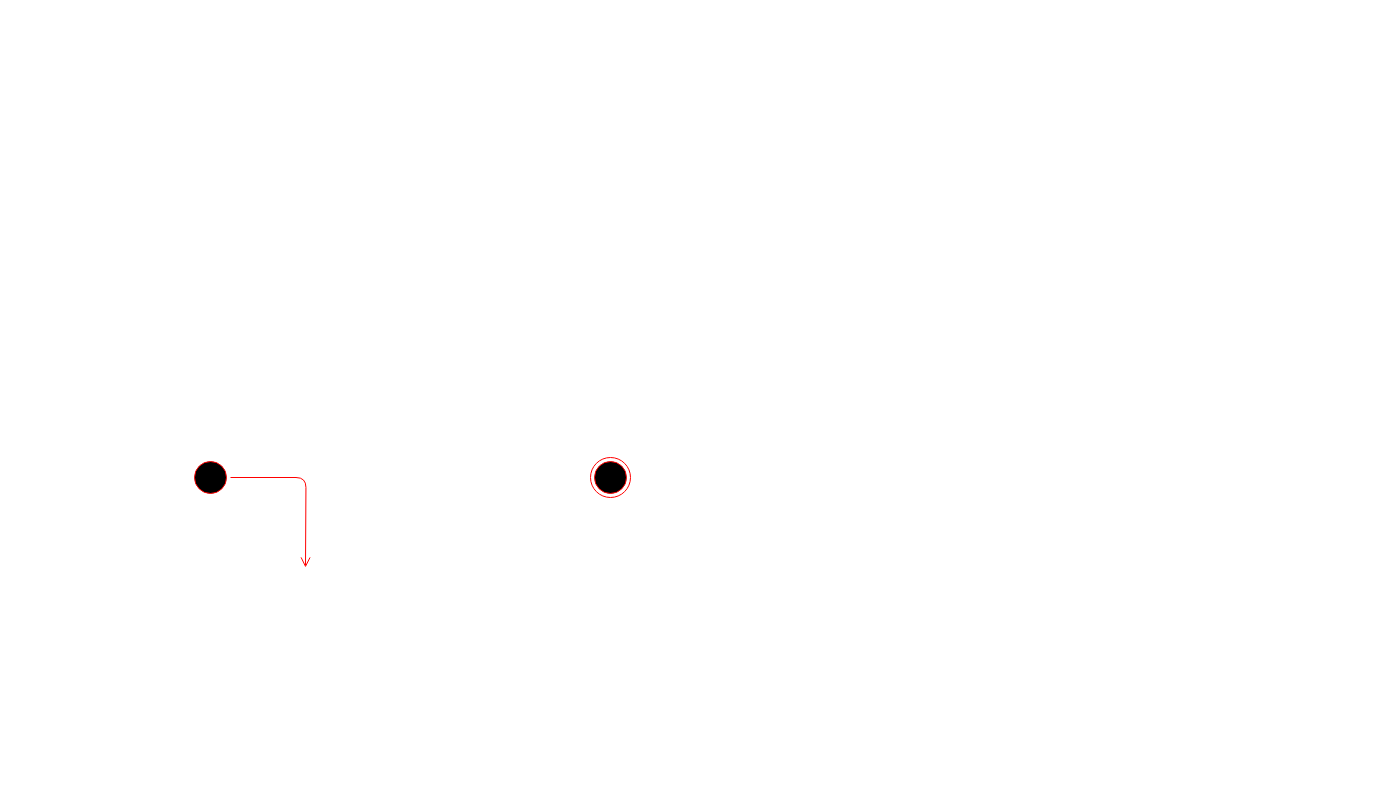
This is automat.drawio from randomunrandom/MSS, a draw.io file, before an edit. Source tidied: cells renumbered, new cells numbered last; positions are measured from the earlier drawing's top-left corner, leaving out a move shared by most shapes. Both pictures are drawn from the tidied source at 100%, with x=0, y=0 at pixel (190, 457).
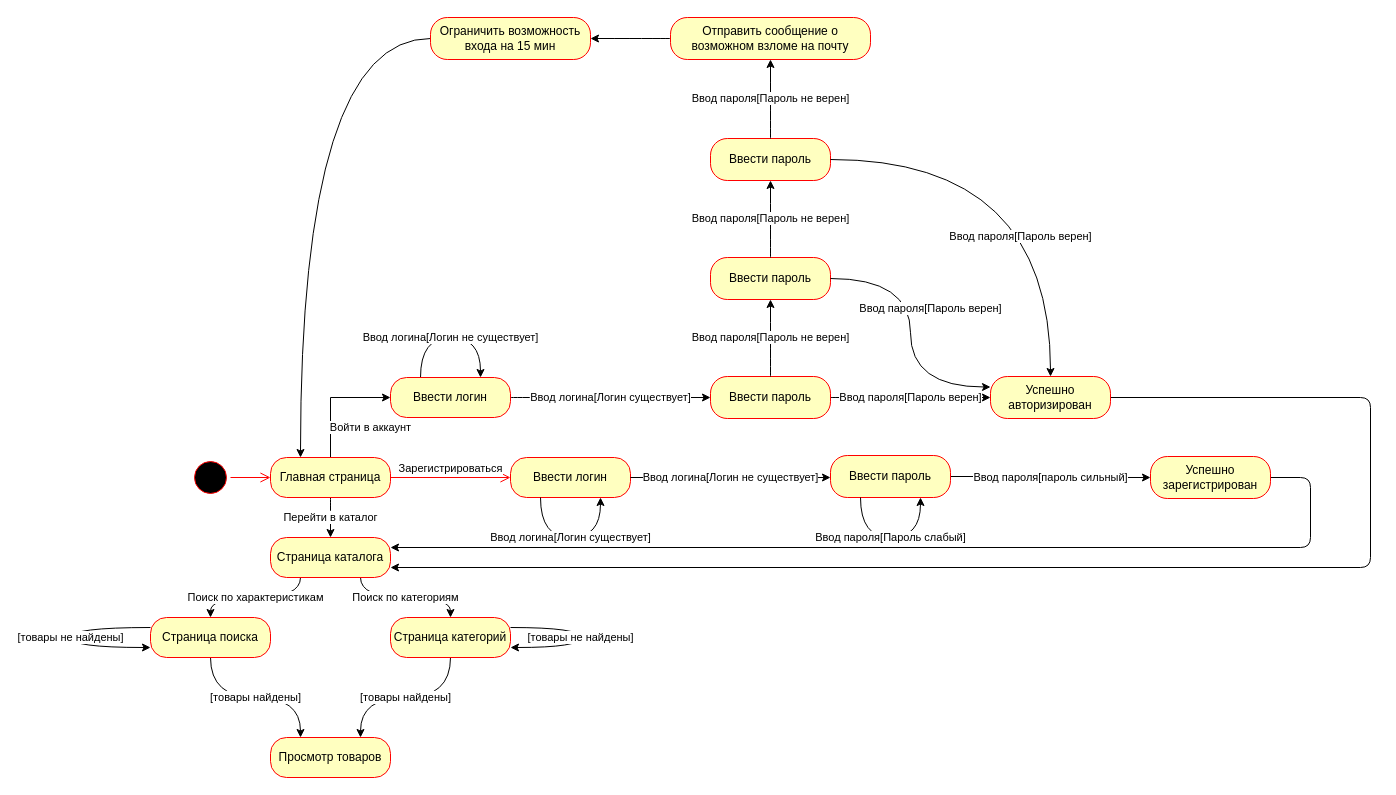
After the change.

Unchanged cells that the change refers to:
```xml
<mxCell id="2" style="ellipse;html=1;shape=startState;fillColor=#000000;strokeColor=#ff0000;" parent="1" vertex="1">
  <mxGeometry width="40" height="40" as="geometry" />
</mxCell>
```

The edit, as a diff of the source:
```diff
@@
-    <mxCell id="3" style="edgeStyle=orthogonalEdgeStyle;html=1;verticalAlign=bottom;endArrow=open;endSize=8;strokeColor=#ff0000;" parent="1" edge="1" source="2">
-      <mxGeometry relative="1" as="geometry">
-        <mxPoint x="115" y="110" as="targetPoint" />
-      </mxGeometry>
+    <mxCell id="3" style="edgeStyle=orthogonalEdgeStyle;html=1;verticalAlign=bottom;endArrow=open;endSize=8;strokeColor=#ff0000;" parent="1" edge="1" source="2" target="7">
+      <mxGeometry relative="1" as="geometry" />
     </mxCell>
-    <mxCell id="4" style="ellipse;html=1;shape=endState;fillColor=#000000;strokeColor=#ff0000;" parent="1" vertex="1">
-      <mxGeometry x="400" width="40" height="40" as="geometry" />
-    </mxCell>
+    <mxCell id="5" value="Войти в аккаунт" style="edgeStyle=orthogonalEdgeStyle;rounded=0;jettySize=auto;html=1;exitX=0.5;exitY=0;exitDx=0;exitDy=0;entryX=0;entryY=0.5;entryDx=0;entryDy=0;" parent="1" edge="1" source="7" target="11">
+      <mxGeometry x="0.67" y="-30" relative="1" as="geometry" />
+    </mxCell>
+    <mxCell id="6" value="Перейти в каталог" style="edgeStyle=orthogonalEdgeStyle;curved=1;jettySize=auto;html=1;exitX=0.5;exitY=1;exitDx=0;exitDy=0;entryX=0.5;entryY=0;entryDx=0;entryDy=0;" parent="1" edge="1" source="7" target="37">
+      <mxGeometry relative="1" as="geometry" />
+    </mxCell>
+    <mxCell id="7" value="&lt;div&gt;Главная страница&lt;/div&gt;" style="rounded=1;whiteSpace=wrap;html=1;arcSize=40;fontColor=#000000;fillColor=#ffffc0;strokeColor=#ff0000;" parent="1" vertex="1">
+      <mxGeometry x="80" width="120" height="40" as="geometry" />
+    </mxCell>
+    <mxCell id="8" value="Зарегистрироваться" style="edgeStyle=orthogonalEdgeStyle;html=1;verticalAlign=bottom;endArrow=open;endSize=8;strokeColor=#ff0000;exitX=1;exitY=0.5;exitDx=0;exitDy=0;" parent="1" edge="1" source="7" target="16">
+      <mxGeometry relative="1" as="geometry" />
+    </mxCell>
+    <mxCell id="9" value="Ввод логина[Логин не существует]" style="edgeStyle=orthogonalEdgeStyle;orthogonalLoop=1;jettySize=auto;html=1;exitX=0.25;exitY=0;exitDx=0;exitDy=0;entryX=0.75;entryY=0;entryDx=0;entryDy=0;curved=1;" parent="1" edge="1" source="11" target="11">
+      <mxGeometry relative="1" as="geometry">
+        <Array as="points">
+          <mxPoint x="230" y="-120" />
+          <mxPoint x="290" y="-120" />
+        </Array>
+      </mxGeometry>
+    </mxCell>
+    <mxCell id="10" value="Ввод логина[Логин существует]" style="edgeStyle=orthogonalEdgeStyle;curved=1;jettySize=auto;html=1;" parent="1" edge="1" source="11" target="13">
+      <mxGeometry relative="1" as="geometry" />
+    </mxCell>
+    <mxCell id="11" value="Ввести логин" style="rounded=1;whiteSpace=wrap;html=1;arcSize=40;fontColor=#000000;fillColor=#ffffc0;strokeColor=#ff0000;" parent="1" vertex="1">
+      <mxGeometry x="200" y="-80" width="120" height="40" as="geometry" />
+    </mxCell>
+    <mxCell id="12" value="Ввод пароля[Пароль верен]" style="edgeStyle=orthogonalEdgeStyle;curved=1;jettySize=auto;html=1;" parent="1" edge="1" source="13" target="15">
+      <mxGeometry relative="1" as="geometry" />
+    </mxCell>
+    <mxCell id="13" value="Ввести пароль" style="rounded=1;whiteSpace=wrap;html=1;arcSize=40;fontColor=#000000;fillColor=#ffffc0;strokeColor=#ff0000;" parent="1" vertex="1">
+      <mxGeometry x="520" y="-81" width="120" height="42" as="geometry" />
+    </mxCell>
+    <mxCell id="14" style="edgeStyle=orthogonalEdgeStyle;jettySize=auto;html=1;exitX=1;exitY=0.5;exitDx=0;exitDy=0;entryX=1;entryY=0.75;entryDx=0;entryDy=0;rounded=1;" parent="1" edge="1" source="15" target="37">
+      <mxGeometry relative="1" as="geometry">
+        <Array as="points">
+          <mxPoint x="1180" y="-60" />
+          <mxPoint x="1180" y="110" />
+        </Array>
+      </mxGeometry>
+    </mxCell>
+    <mxCell id="15" value="Успешно авторизирован" style="rounded=1;whiteSpace=wrap;html=1;arcSize=40;fontColor=#000000;fillColor=#ffffc0;strokeColor=#ff0000;" parent="1" vertex="1">
+      <mxGeometry x="800" y="-81" width="120" height="42" as="geometry" />
+    </mxCell>
+    <mxCell id="16" value="Ввести логин" style="rounded=1;whiteSpace=wrap;html=1;arcSize=40;fontColor=#000000;fillColor=#ffffc0;strokeColor=#ff0000;" parent="1" vertex="1">
+      <mxGeometry x="320" width="120" height="40" as="geometry" />
+    </mxCell>
+    <mxCell id="17" value="Ввод логина[Логин существует]" style="edgeStyle=orthogonalEdgeStyle;curved=1;orthogonalLoop=1;jettySize=auto;html=1;exitX=0.25;exitY=1;exitDx=0;exitDy=0;entryX=0.75;entryY=1;entryDx=0;entryDy=0;" parent="1" edge="1" source="16" target="16">
+      <mxGeometry relative="1" as="geometry">
+        <Array as="points">
+          <mxPoint x="350" y="80" />
+          <mxPoint x="410" y="80" />
+        </Array>
+      </mxGeometry>
+    </mxCell>
+    <mxCell id="18" value="Ввод логина[Логин не существует]" style="edgeStyle=orthogonalEdgeStyle;jettySize=auto;html=1;exitX=1;exitY=0.5;exitDx=0;exitDy=0;curved=1;" parent="1" edge="1" source="16">
+      <mxGeometry relative="1" as="geometry">
+        <mxPoint x="640" y="20" as="targetPoint" />
+        <Array as="points">
+          <mxPoint x="570" y="20" />
+          <mxPoint x="570" y="20" />
+        </Array>
+      </mxGeometry>
+    </mxCell>
+    <mxCell id="19" value="Ввод пароля[пароль сильный]" style="edgeStyle=orthogonalEdgeStyle;curved=1;jettySize=auto;html=1;" parent="1" edge="1" source="20" target="22">
+      <mxGeometry relative="1" as="geometry" />
+    </mxCell>
+    <mxCell id="20" value="Ввести пароль" style="rounded=1;whiteSpace=wrap;html=1;arcSize=40;fontColor=#000000;fillColor=#ffffc0;strokeColor=#ff0000;" parent="1" vertex="1">
+      <mxGeometry x="640" y="-2" width="120" height="42" as="geometry" />
+    </mxCell>
+    <mxCell id="21" style="edgeStyle=orthogonalEdgeStyle;jettySize=auto;html=1;exitX=1;exitY=0.5;exitDx=0;exitDy=0;entryX=1;entryY=0.25;entryDx=0;entryDy=0;rounded=1;" parent="1" edge="1" source="22" target="37">
+      <mxGeometry relative="1" as="geometry">
+        <Array as="points">
+          <mxPoint x="1120" y="20" />
+          <mxPoint x="1120" y="90" />
+        </Array>
+      </mxGeometry>
+    </mxCell>
+    <mxCell id="22" value="Успешно зарегистрирован" style="rounded=1;whiteSpace=wrap;html=1;arcSize=40;fontColor=#000000;fillColor=#ffffc0;strokeColor=#ff0000;" parent="1" vertex="1">
+      <mxGeometry x="960" y="-1" width="120" height="42" as="geometry" />
+    </mxCell>
+    <mxCell id="23" value="Ввод пароля[Пароль не верен]" style="edgeStyle=orthogonalEdgeStyle;curved=1;jettySize=auto;html=1;exitX=0.5;exitY=0;exitDx=0;exitDy=0;entryX=0.5;entryY=1;entryDx=0;entryDy=0;" parent="1" edge="1" source="13" target="24">
+      <mxGeometry relative="1" as="geometry" />
+    </mxCell>
+    <mxCell id="24" value="Ввести пароль" style="rounded=1;whiteSpace=wrap;html=1;arcSize=40;fontColor=#000000;fillColor=#ffffc0;strokeColor=#ff0000;" parent="1" vertex="1">
+      <mxGeometry x="520" y="-200" width="120" height="42" as="geometry" />
+    </mxCell>
+    <mxCell id="25" value="Ввод пароля[Пароль верен]" style="edgeStyle=orthogonalEdgeStyle;curved=1;jettySize=auto;html=1;exitX=1;exitY=0.5;exitDx=0;exitDy=0;entryX=0;entryY=0.25;entryDx=0;entryDy=0;" parent="1" edge="1" source="24" target="15">
+      <mxGeometry x="-0.4" y="-35" relative="1" as="geometry">
+        <mxPoint x="55" y="29" as="offset" />
+      </mxGeometry>
+    </mxCell>
+    <mxCell id="26" value="Ввод пароля[Пароль не верен]" style="edgeStyle=orthogonalEdgeStyle;curved=1;jettySize=auto;html=1;entryX=0.5;entryY=1;entryDx=0;entryDy=0;exitX=0.5;exitY=0;exitDx=0;exitDy=0;" parent="1" edge="1" source="24" target="27">
+      <mxGeometry relative="1" as="geometry" />
+    </mxCell>
+    <mxCell id="27" value="Ввести пароль" style="rounded=1;whiteSpace=wrap;html=1;arcSize=40;fontColor=#000000;fillColor=#ffffc0;strokeColor=#ff0000;" parent="1" vertex="1">
+      <mxGeometry x="520" y="-319" width="120" height="42" as="geometry" />
+    </mxCell>
+    <mxCell id="28" style="edgeStyle=orthogonalEdgeStyle;curved=1;jettySize=auto;html=1;exitX=0;exitY=0.5;exitDx=0;exitDy=0;entryX=1;entryY=0.5;entryDx=0;entryDy=0;" parent="1" edge="1" source="29" target="33">
+      <mxGeometry relative="1" as="geometry" />
+    </mxCell>
+    <mxCell id="29" value="Отправить сообщение о возможном взломе на почту" style="rounded=1;whiteSpace=wrap;html=1;arcSize=40;fontColor=#000000;fillColor=#ffffc0;strokeColor=#ff0000;" parent="1" vertex="1">
+      <mxGeometry x="480" y="-440" width="200" height="42" as="geometry" />
+    </mxCell>
+    <mxCell id="30" value="Ввод пароля[Пароль не верен]" style="edgeStyle=orthogonalEdgeStyle;curved=1;jettySize=auto;html=1;entryX=0.5;entryY=1;entryDx=0;entryDy=0;exitX=0.5;exitY=0;exitDx=0;exitDy=0;" parent="1" edge="1" source="27" target="29">
+      <mxGeometry relative="1" as="geometry" />
+    </mxCell>
+    <mxCell id="31" value="Ввод пароля[Пароль верен]" style="edgeStyle=orthogonalEdgeStyle;curved=1;jettySize=auto;html=1;exitX=1;exitY=0.5;exitDx=0;exitDy=0;entryX=0.5;entryY=0;entryDx=0;entryDy=0;" parent="1" edge="1" source="27" target="15">
+      <mxGeometry x="0.36" y="-30" relative="1" as="geometry" />
+    </mxCell>
+    <mxCell id="32" style="edgeStyle=orthogonalEdgeStyle;curved=1;jettySize=auto;html=1;exitX=0;exitY=0.5;exitDx=0;exitDy=0;entryX=0.25;entryY=0;entryDx=0;entryDy=0;" parent="1" edge="1" source="33" target="7">
+      <mxGeometry relative="1" as="geometry" />
+    </mxCell>
+    <mxCell id="33" value="Ограничить возможность входа на 15 мин" style="rounded=1;whiteSpace=wrap;html=1;arcSize=40;fontColor=#000000;fillColor=#ffffc0;strokeColor=#ff0000;" parent="1" vertex="1">
+      <mxGeometry x="240" y="-440" width="160" height="42" as="geometry" />
+    </mxCell>
+    <mxCell id="34" value="Ввод пароля[Пароль слабый]" style="edgeStyle=orthogonalEdgeStyle;curved=1;orthogonalLoop=1;jettySize=auto;html=1;entryX=0.75;entryY=1;entryDx=0;entryDy=0;exitX=0.25;exitY=1;exitDx=0;exitDy=0;" parent="1" edge="1" source="20" target="20">
+      <mxGeometry relative="1" as="geometry">
+        <Array as="points">
+          <mxPoint x="670" y="80" />
+          <mxPoint x="730" y="80" />
+        </Array>
+      </mxGeometry>
+    </mxCell>
+    <mxCell id="35" value="Поиск по характеристикам" style="edgeStyle=orthogonalEdgeStyle;jettySize=auto;html=1;exitX=0.25;exitY=1;exitDx=0;exitDy=0;entryX=0.5;entryY=0;entryDx=0;entryDy=0;curved=1;" parent="1" edge="1" source="37" target="42">
+      <mxGeometry relative="1" as="geometry" />
+    </mxCell>
+    <mxCell id="36" value="Поиск по категориям" style="edgeStyle=orthogonalEdgeStyle;curved=1;jettySize=auto;html=1;exitX=0.75;exitY=1;exitDx=0;exitDy=0;entryX=0.5;entryY=0;entryDx=0;entryDy=0;strokeColor=#000000;" parent="1" edge="1" source="37" target="40">
+      <mxGeometry relative="1" as="geometry" />
+    </mxCell>
+    <mxCell id="37" value="Страница каталога" style="rounded=1;whiteSpace=wrap;html=1;arcSize=40;fontColor=#000000;fillColor=#ffffc0;strokeColor=#ff0000;" parent="1" vertex="1">
+      <mxGeometry x="80" y="80" width="120" height="40" as="geometry" />
+    </mxCell>
+    <mxCell id="38" value="[товары найдены]" style="edgeStyle=orthogonalEdgeStyle;curved=1;jettySize=auto;html=1;exitX=0.5;exitY=1;exitDx=0;exitDy=0;entryX=0.75;entryY=0;entryDx=0;entryDy=0;strokeColor=#000000;" parent="1" edge="1" source="40" target="43">
+      <mxGeometry relative="1" as="geometry" />
+    </mxCell>
+    <mxCell id="39" value="[товары не найдены]" style="edgeStyle=orthogonalEdgeStyle;curved=1;orthogonalLoop=1;jettySize=auto;html=1;exitX=1;exitY=0.25;exitDx=0;exitDy=0;strokeColor=#000000;entryX=1;entryY=0.75;entryDx=0;entryDy=0;" parent="1" edge="1" source="40" target="40">
+      <mxGeometry relative="1" as="geometry">
+        <Array as="points">
+          <mxPoint x="390" y="170" />
+          <mxPoint x="390" y="190" />
+        </Array>
+      </mxGeometry>
+    </mxCell>
+    <mxCell id="40" value="Страница категорий" style="rounded=1;whiteSpace=wrap;html=1;arcSize=40;fontColor=#000000;fillColor=#ffffc0;strokeColor=#ff0000;" parent="1" vertex="1">
+      <mxGeometry x="200" y="160" width="120" height="40" as="geometry" />
+    </mxCell>
+    <mxCell id="41" value="[товары найдены]" style="edgeStyle=orthogonalEdgeStyle;curved=1;jettySize=auto;html=1;strokeColor=#000000;entryX=0.25;entryY=0;entryDx=0;entryDy=0;" parent="1" edge="1" source="42" target="43">
+      <mxGeometry relative="1" as="geometry" />
+    </mxCell>
+    <mxCell id="42" value="Страница поиска" style="rounded=1;whiteSpace=wrap;html=1;arcSize=40;fontColor=#000000;fillColor=#ffffc0;strokeColor=#ff0000;" parent="1" vertex="1">
+      <mxGeometry x="-40" y="160" width="120" height="40" as="geometry" />
+    </mxCell>
+    <mxCell id="43" value="Просмотр товаров" style="rounded=1;whiteSpace=wrap;html=1;arcSize=40;fontColor=#000000;fillColor=#ffffc0;strokeColor=#ff0000;" parent="1" vertex="1">
+      <mxGeometry x="80" y="280" width="120" height="40" as="geometry" />
+    </mxCell>
+    <mxCell id="44" value="[товары не найдены]" style="edgeStyle=orthogonalEdgeStyle;curved=1;orthogonalLoop=1;jettySize=auto;html=1;exitX=0;exitY=0.25;exitDx=0;exitDy=0;strokeColor=#000000;entryX=0;entryY=0.75;entryDx=0;entryDy=0;" parent="1" edge="1" source="42" target="42">
+      <mxGeometry relative="1" as="geometry">
+        <Array as="points">
+          <mxPoint x="-120" y="170" />
+          <mxPoint x="-120" y="190" />
+        </Array>
+      </mxGeometry>
+    </mxCell>
```
